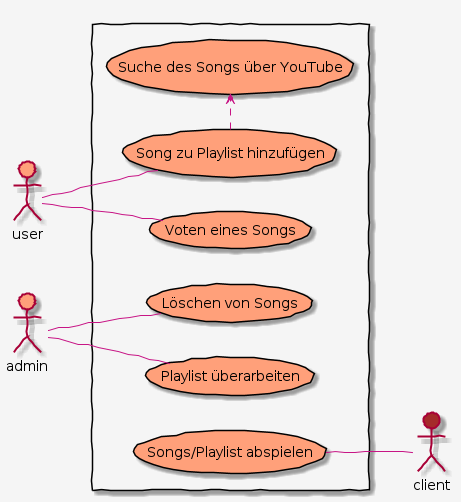
laraaigner/MusicVotingDoc keeps this PlantUML diagram as docs/images/usecase.png. Above is the earlier version. The source it was exported from:
```plantuml
@startuml
skinparam handwritten true
left to right direction
actor user #LightSalmon
actor admin #LightSalmon
actor client #Brown
skinparam usecase {
    BackgroundColor LightSalmon
	BorderColor Black

	ArrowColor MediumVioletRed
	ActorBorderColor black
}

skinparam {
    Backgroundcolor WhiteSmoke
}
rectangle {
user -- (Voten eines Songs)
user -- (Song zu Playlist hinzufügen)
(Song zu Playlist hinzufügen) .> (Suche des Songs über YouTube)
admin -- (Löschen von Songs)
admin -- (Playlist überarbeiten)
(Songs/Playlist abspielen) -- client
}
@enduml
```
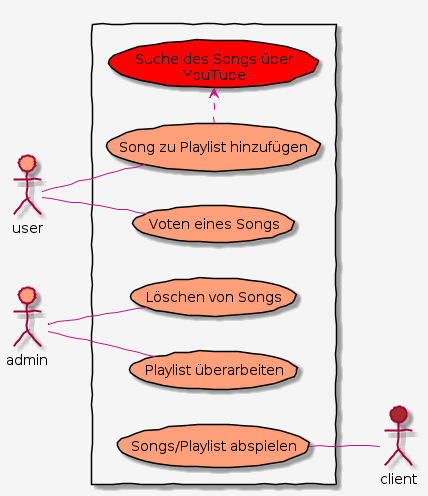
After the commit.

Change to the diagram source:
```diff
@@ -15,10 +15,12 @@
 skinparam {
     Backgroundcolor WhiteSmoke
 }
+
 rectangle {
+usecase (Suche des Songs über \nYouTube) as yt #Red
 user -- (Voten eines Songs)
 user -- (Song zu Playlist hinzufügen)
-(Song zu Playlist hinzufügen) .> (Suche des Songs über YouTube)
+(Song zu Playlist hinzufügen).> yt
 admin -- (Löschen von Songs)
 admin -- (Playlist überarbeiten)
 (Songs/Playlist abspielen) -- client
```
